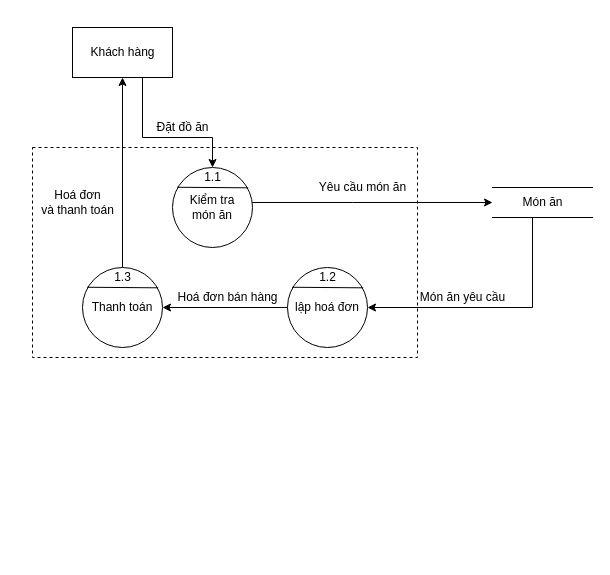
The draw.io diagram page "Mức 2 - Bán đồ ăn" (3 of 6) of PTTK HTTT/Project/DFD.drawio in EdgarIgnite16/SGU-Course, before the edit. Source tidied: cells renumbered, new cells numbered last; positions are measured from the earlier drawing's top-left corner, leaving out a move shared by most shapes. Both pictures are drawn from the tidied source at 100%, with x=0, y=0 at pixel (32, 27).
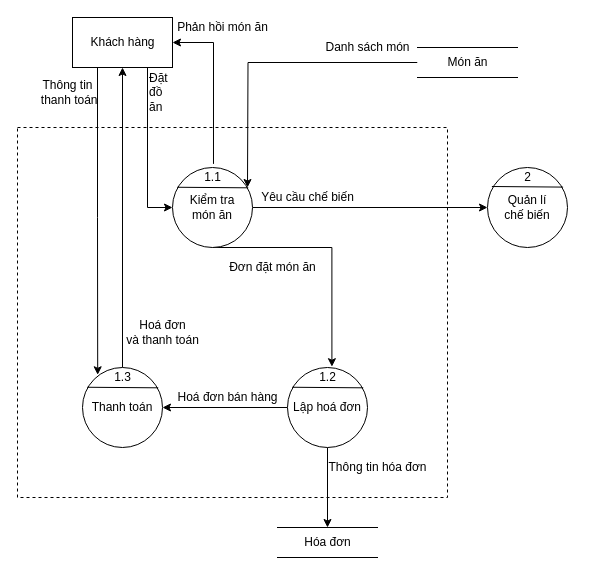
The same diagram, later.

Unchanged cells that the change refers to:
```xml
<mxCell id="6" value="Kiểm tra&lt;br&gt;món ăn" style="ellipse;whiteSpace=wrap;html=1;fontFamily=Helvetica;" parent="1" vertex="1">
  <mxGeometry x="140" y="140" width="80" height="80" as="geometry" />
</mxCell>
<mxCell id="14" value="1.1" style="text;html=1;align=center;verticalAlign=middle;points=[];strokeColor=none;fillColor=none;fontSize=12;fontFamily=Helvetica;" parent="1" vertex="1">
  <mxGeometry x="165" y="140" width="30" height="20" as="geometry" />
</mxCell>
```

Change to the diagram source:
```diff
@@
     <mxCell id="2" style="rounded=0;whiteSpace=wrap;html=1;dashed=1;fontFamily=Helvetica;fontSize=12;" parent="1" vertex="1">
-      <mxGeometry y="120" width="385" height="210" as="geometry" />
+      <mxGeometry x="-15" y="100" width="430" height="370" as="geometry" />
     </mxCell>
-    <mxCell id="3" style="edgeStyle=orthogonalEdgeStyle;rounded=0;jettySize=auto;html=1;entryX=0.5;entryY=0;entryDx=0;entryDy=0;fontFamily=Helvetica;fontSize=18;startArrow=none;startFill=0;endArrow=classic;endFill=1;" parent="1" edge="1" source="4" target="6">
-      <mxGeometry relative="1" as="geometry">
-        <Array as="points">
-          <mxPoint x="110" y="110" />
-          <mxPoint x="180" y="110" />
-        </Array>
-      </mxGeometry>
-    </mxCell>
+    <mxCell id="24" style="edgeStyle=orthogonalEdgeStyle;rounded=0;jettySize=auto;html=1;exitX=0.25;exitY=1;exitDx=0;exitDy=0;entryX=0.19;entryY=0.091;entryDx=0;entryDy=0;entryPerimeter=0;" parent="1" edge="1" source="4" target="9">
+      <mxGeometry relative="1" as="geometry" />
+    </mxCell>
+    <mxCell id="25" style="edgeStyle=orthogonalEdgeStyle;rounded=0;jettySize=auto;html=1;exitX=1;exitY=0.5;exitDx=0;exitDy=0;entryX=0.533;entryY=-0.18;entryDx=0;entryDy=0;entryPerimeter=0;startArrow=classic;startFill=1;endArrow=none;endFill=0;" parent="1" edge="1" source="4" target="14">
+      <mxGeometry relative="1" as="geometry" />
+    </mxCell>
     <mxCell id="4" value="Khách hàng" style="html=1;dashed=0;whitespace=wrap;fontFamily=Helvetica;" parent="1" vertex="1">
-      <mxGeometry x="40" width="100" height="50" as="geometry" />
+      <mxGeometry x="40" y="-10" width="100" height="50" as="geometry" />
     </mxCell>
-    <mxCell id="5" style="rounded=0;jettySize=auto;html=1;fontFamily=Helvetica;edgeStyle=orthogonalEdgeStyle;" parent="1" edge="1" source="6" target="12">
-      <mxGeometry relative="1" as="geometry">
-        <Array as="points">
-          <mxPoint x="320" y="175" />
-          <mxPoint x="320" y="175" />
-        </Array>
-      </mxGeometry>
-    </mxCell>
+    <mxCell id="26" style="edgeStyle=orthogonalEdgeStyle;rounded=0;jettySize=auto;html=1;exitX=0;exitY=0.5;exitDx=0;exitDy=0;entryX=0.75;entryY=1;entryDx=0;entryDy=0;startArrow=classic;startFill=1;endArrow=none;endFill=0;" parent="1" edge="1" source="6" target="4">
+      <mxGeometry relative="1" as="geometry" />
+    </mxCell>
+    <mxCell id="27" style="edgeStyle=orthogonalEdgeStyle;rounded=0;jettySize=auto;html=1;exitX=0.5;exitY=1;exitDx=0;exitDy=0;entryX=0.647;entryY=-0.04;entryDx=0;entryDy=0;entryPerimeter=0;startArrow=none;startFill=0;endArrow=classic;endFill=1;" parent="1" edge="1" source="6" target="19">
+      <mxGeometry relative="1" as="geometry">
+        <Array as="points">
+          <mxPoint x="299" y="220" />
+        </Array>
+      </mxGeometry>
+    </mxCell>
+    <mxCell id="28" style="edgeStyle=orthogonalEdgeStyle;rounded=0;jettySize=auto;html=1;exitX=1;exitY=0.5;exitDx=0;exitDy=0;startArrow=none;startFill=0;endArrow=classic;endFill=1;" parent="1" edge="1" source="6">
+      <mxGeometry relative="1" as="geometry">
+        <mxPoint x="455" y="180" as="targetPoint" />
+      </mxGeometry>
+    </mxCell>
@@
     <mxCell id="9" value="Thanh toán" style="ellipse;whiteSpace=wrap;html=1;fontFamily=Helvetica;" parent="1" vertex="1">
-      <mxGeometry x="50" y="240" width="80" height="80" as="geometry" />
+      <mxGeometry x="50" y="340" width="80" height="80" as="geometry" />
     </mxCell>
@@
-    <mxCell id="11" style="edgeStyle=orthogonalEdgeStyle;rounded=0;jettySize=auto;html=1;fontFamily=Helvetica;" parent="1" edge="1" source="12" target="17">
-      <mxGeometry relative="1" as="geometry">
-        <Array as="points">
-          <mxPoint x="500" y="280" />
-        </Array>
-      </mxGeometry>
-    </mxCell>
-    <mxCell id="12" value="Món ăn" style="html=1;dashed=0;whitespace=wrap;shape=partialRectangle;right=0;left=0;fontFamily=Helvetica;" parent="1" vertex="1">
-      <mxGeometry x="460" y="160" width="100" height="30" as="geometry" />
-    </mxCell>
-    <mxCell id="13" value="Đặt đồ ăn" style="text;html=1;align=center;verticalAlign=middle;strokeColor=none;fillColor=none;fontSize=12;fontFamily=Helvetica;" parent="1" vertex="1">
-      <mxGeometry x="115" y="90" width="70" height="20" as="geometry" />
+    <mxCell id="13" value="Đặt&lt;br&gt;đồ&lt;br&gt;&lt;div&gt;&lt;span&gt;ăn&lt;/span&gt;&lt;/div&gt;" style="text;html=1;align=left;verticalAlign=middle;strokeColor=none;fillColor=none;fontSize=12;fontFamily=Helvetica;" parent="1" vertex="1">
+      <mxGeometry x="115" y="40" width="30" height="50" as="geometry" />
     </mxCell>
@@
     <mxCell id="15" value="1.3" style="text;html=1;align=center;verticalAlign=middle;strokeColor=none;fillColor=none;fontSize=12;fontFamily=Helvetica;" parent="1" vertex="1">
-      <mxGeometry x="75" y="240" width="30" height="20" as="geometry" />
+      <mxGeometry x="75" y="340" width="30" height="20" as="geometry" />
     </mxCell>
@@
+    <mxCell id="29" style="edgeStyle=orthogonalEdgeStyle;rounded=0;jettySize=auto;html=1;exitX=0.5;exitY=1;exitDx=0;exitDy=0;entryX=0.5;entryY=0;entryDx=0;entryDy=0;" parent="1" edge="1" source="17" target="30">
+      <mxGeometry relative="1" as="geometry" />
+    </mxCell>
-    <mxCell id="17" value="lập hoá đơn" style="ellipse;whiteSpace=wrap;html=1;fontFamily=Helvetica;" parent="1" vertex="1">
-      <mxGeometry x="255" y="240" width="80" height="80" as="geometry" />
+    <mxCell id="17" value="Lập hoá đơn" style="ellipse;whiteSpace=wrap;html=1;fontFamily=Helvetica;" parent="1" vertex="1">
+      <mxGeometry x="255" y="340" width="80" height="80" as="geometry" />
     </mxCell>
@@
     <mxCell id="19" value="1.2" style="text;html=1;align=center;verticalAlign=middle;points=[];strokeColor=none;fillColor=none;fontSize=12;fontFamily=Helvetica;" parent="1" vertex="1">
-      <mxGeometry x="280" y="240" width="30" height="20" as="geometry" />
+      <mxGeometry x="280" y="340" width="30" height="20" as="geometry" />
     </mxCell>
-    <mxCell id="20" value="Yêu cầu món ăn" style="text;html=1;align=center;verticalAlign=middle;strokeColor=none;fillColor=none;fontFamily=Helvetica;" parent="1" vertex="1">
-      <mxGeometry x="280" y="150" width="100" height="20" as="geometry" />
+    <mxCell id="20" value="Đơn đặt món ăn" style="text;html=1;align=center;verticalAlign=middle;strokeColor=none;fillColor=none;fontFamily=Helvetica;" parent="1" vertex="1">
+      <mxGeometry x="190" y="230" width="100" height="20" as="geometry" />
     </mxCell>
-    <mxCell id="21" value="Món ăn yêu cầu" style="text;html=1;align=center;verticalAlign=middle;strokeColor=none;fillColor=none;fontFamily=Helvetica;" parent="1" vertex="1">
-      <mxGeometry x="380" y="260" width="100" height="20" as="geometry" />
-    </mxCell>
     <mxCell id="22" value="Hoá đơn bán hàng" style="text;html=1;align=center;verticalAlign=middle;strokeColor=none;fillColor=none;fontFamily=Helvetica;" parent="1" vertex="1">
-      <mxGeometry x="135" y="260" width="120" height="20" as="geometry" />
+      <mxGeometry x="135" y="360" width="120" height="20" as="geometry" />
     </mxCell>
     <mxCell id="23" value="Hoá đơn&lt;br&gt;và thanh toán" style="text;html=1;align=center;verticalAlign=middle;strokeColor=none;fillColor=none;fontFamily=Helvetica;" parent="1" vertex="1">
-      <mxGeometry y="160" width="90" height="30" as="geometry" />
+      <mxGeometry x="85" y="290" width="90" height="30" as="geometry" />
     </mxCell>
+    <mxCell id="30" value="Hóa đơn" style="html=1;dashed=0;whitespace=wrap;shape=partialRectangle;right=0;left=0;fontFamily=Helvetica;" parent="1" vertex="1">
+      <mxGeometry x="245" y="500" width="100" height="30" as="geometry" />
+    </mxCell>
+    <mxCell id="31" value="Thông tin&lt;br&gt;&amp;nbsp;thanh toán" style="text;html=1;align=center;verticalAlign=middle;strokeColor=none;fillColor=none;" parent="1" vertex="1">
+      <mxGeometry x="-5" y="50" width="80" height="30" as="geometry" />
+    </mxCell>
+    <mxCell id="32" style="edgeStyle=orthogonalEdgeStyle;rounded=0;jettySize=auto;html=1;exitX=0;exitY=0.5;exitDx=0;exitDy=0;startArrow=none;startFill=0;endArrow=classic;endFill=1;" parent="1" edge="1" source="12">
+      <mxGeometry relative="1" as="geometry">
+        <mxPoint x="215" y="160" as="targetPoint" />
+      </mxGeometry>
+    </mxCell>
+    <mxCell id="12" value="Món ăn" style="html=1;dashed=0;whitespace=wrap;shape=partialRectangle;right=0;left=0;fontFamily=Helvetica;" parent="1" vertex="1">
+      <mxGeometry x="385" y="20" width="100" height="30" as="geometry" />
+    </mxCell>
+    <mxCell id="33" value="Danh sách món" style="text;html=1;align=center;verticalAlign=middle;strokeColor=none;fillColor=none;" parent="1" vertex="1">
+      <mxGeometry x="285" y="10" width="100" height="20" as="geometry" />
+    </mxCell>
+    <mxCell id="34" value="Phản hồi món ăn" style="text;html=1;align=center;verticalAlign=middle;strokeColor=none;fillColor=none;" parent="1" vertex="1">
+      <mxGeometry x="135" y="-10" width="110" height="20" as="geometry" />
+    </mxCell>
+    <mxCell id="35" value="Thông tin hóa đơn" style="text;html=1;align=center;verticalAlign=middle;strokeColor=none;fillColor=none;" parent="1" vertex="1">
+      <mxGeometry x="290" y="430" width="110" height="20" as="geometry" />
+    </mxCell>
+    <mxCell id="36" value="Quản lí&lt;br&gt;chế biến" style="ellipse;whiteSpace=wrap;html=1;fontFamily=Helvetica;" parent="1" vertex="1">
+      <mxGeometry x="455" y="140" width="80" height="80" as="geometry" />
+    </mxCell>
+    <mxCell id="37" style="endArrow=none;html=1;rounded=0;exitX=0.058;exitY=0.247;exitDx=0;exitDy=0;exitPerimeter=0;entryX=0.947;entryY=0.254;entryDx=0;entryDy=0;entryPerimeter=0;fontFamily=Helvetica;" parent="1" edge="1">
+      <mxGeometry relative="1" as="geometry">
+        <mxPoint x="459.4" y="159" as="sourcePoint" />
+        <mxPoint x="530.6" y="159.6" as="targetPoint" />
+      </mxGeometry>
+    </mxCell>
+    <mxCell id="38" value="2" style="text;html=1;align=center;verticalAlign=middle;strokeColor=none;fillColor=none;fontFamily=Helvetica;" parent="1" vertex="1">
+      <mxGeometry x="485" y="140" width="20" height="20" as="geometry" />
+    </mxCell>
+    <mxCell id="39" value="Yêu cầu chế biến" style="text;html=1;align=center;verticalAlign=middle;strokeColor=none;fillColor=none;" parent="1" vertex="1">
+      <mxGeometry x="220" y="160" width="110" height="20" as="geometry" />
+    </mxCell>
```
